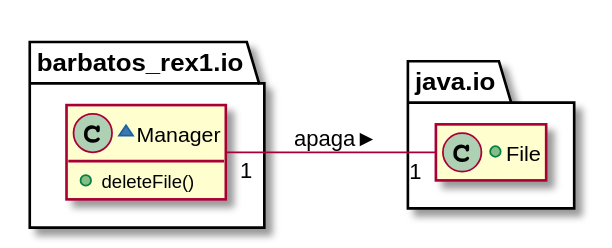
Barbatos-Rex/IOLib keeps this PlantUML diagram as docs/UC3_MD.svg. Above is the earlier version.
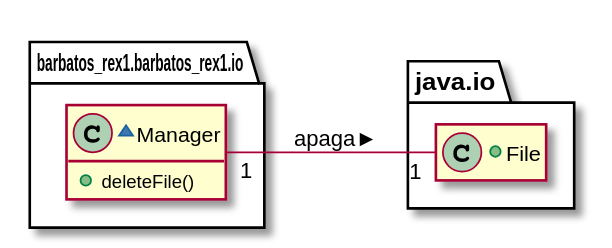
After the change.

The edit, as a diff of the source:
```diff
@@ -1,12 +1,12 @@
 @startuml
 hide fields
 left to right direction
-package barbatos_rex1.io{
+package barbatos_rex1.barbatos_rex1.io{
     ~class Manager{
         +deleteFile()
     }
 }
-package java.io{
+package java.barbatos_rex1.io{
     hide methods
     +class File{
     }
```
